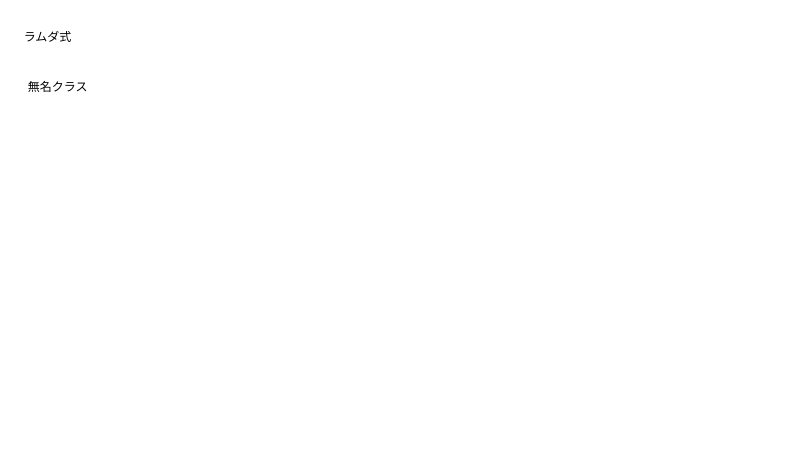
Earlier version of the draw.io diagram 11.24.dio (reinana/jpin11_24). Source tidied: cells renumbered, new cells numbered last; positions are measured from the earlier drawing's top-left corner, leaving out a move shared by most shapes. Both pictures are drawn from the tidied source at 100%, with x=0, y=0 at pixel (17, 27).
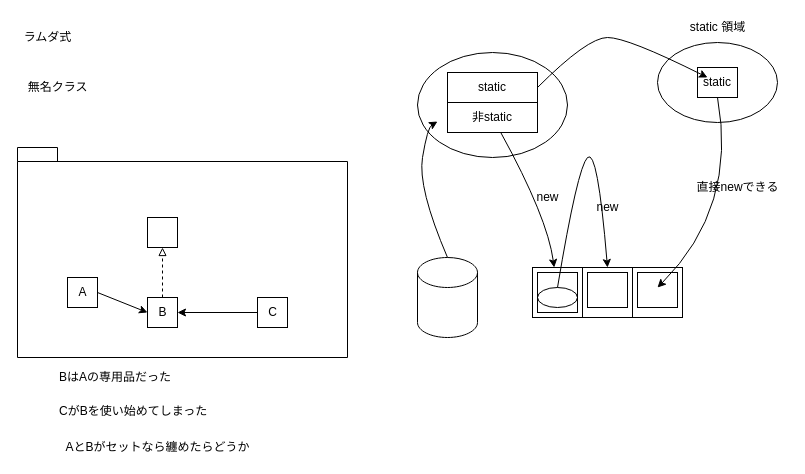
Above is the later version.

What changed in the source:
```diff
@@
+    <mxCell id="4" style="rounded=0;whiteSpace=wrap;html=1;fillColor=none;" parent="1" vertex="1">
+      <mxGeometry x="520" y="245" width="40" height="40" as="geometry" />
+    </mxCell>
+    <mxCell id="5" style="ellipse;whiteSpace=wrap;html=1;fillColor=none;" parent="1" vertex="1">
+      <mxGeometry x="400" y="25" width="150" height="105" as="geometry" />
+    </mxCell>
+    <mxCell id="6" style="ellipse;whiteSpace=wrap;html=1;fillColor=none;" parent="1" vertex="1">
+      <mxGeometry x="640" y="15" width="120" height="80" as="geometry" />
+    </mxCell>
@@
+    <mxCell id="7" style="shape=folder;fontStyle=1;spacingTop=10;tabWidth=40;tabHeight=14;tabPosition=left;html=1;fillColor=none;" parent="1" vertex="1">
+      <mxGeometry y="120" width="330" height="210" as="geometry" />
+    </mxCell>
+    <mxCell id="8" style="edgeStyle=none;html=1;dashed=1;endArrow=block;endFill=0;" parent="1" edge="1" source="9" target="12">
+      <mxGeometry relative="1" as="geometry" />
+    </mxCell>
+    <mxCell id="9" value="B" style="html=1;fillColor=none;" parent="1" vertex="1">
+      <mxGeometry x="130" y="270" width="30" height="30" as="geometry" />
+    </mxCell>
+    <mxCell id="10" style="edgeStyle=none;html=1;exitX=1;exitY=0.5;exitDx=0;exitDy=0;entryX=0;entryY=0.5;entryDx=0;entryDy=0;endArrow=classic;endFill=1;" parent="1" edge="1" source="11" target="9">
+      <mxGeometry relative="1" as="geometry" />
+    </mxCell>
+    <mxCell id="11" value="A" style="html=1;fillColor=none;" parent="1" vertex="1">
+      <mxGeometry x="50" y="250" width="30" height="30" as="geometry" />
+    </mxCell>
+    <mxCell id="12" style="html=1;fillColor=none;" parent="1" vertex="1">
+      <mxGeometry x="130" y="190" width="30" height="30" as="geometry" />
+    </mxCell>
+    <mxCell id="13" value="BはAの専用品だった" style="text;html=1;align=left;verticalAlign=middle;strokeColor=none;" parent="1" vertex="1">
+      <mxGeometry x="40" y="340" width="130" height="20" as="geometry" />
+    </mxCell>
+    <mxCell id="14" style="edgeStyle=none;html=1;endArrow=classic;endFill=1;" parent="1" edge="1" source="15" target="9">
+      <mxGeometry relative="1" as="geometry" />
+    </mxCell>
+    <mxCell id="15" value="C" style="html=1;fillColor=none;" parent="1" vertex="1">
+      <mxGeometry x="240" y="270" width="30" height="30" as="geometry" />
+    </mxCell>
+    <mxCell id="16" value="CがBを使い始めてしまった" style="text;html=1;align=left;verticalAlign=middle;strokeColor=none;" parent="1" vertex="1">
+      <mxGeometry x="40" y="374" width="160" height="20" as="geometry" />
+    </mxCell>
+    <mxCell id="17" value="AとBがセットなら纏めたらどうか" style="text;html=1;align=center;verticalAlign=middle;strokeColor=none;" parent="1" vertex="1">
+      <mxGeometry x="40" y="410" width="200" height="20" as="geometry" />
+    </mxCell>
+    <mxCell id="18" style="shape=cylinder3;whiteSpace=wrap;html=1;boundedLbl=1;backgroundOutline=1;size=15;fillColor=none;" parent="1" vertex="1">
+      <mxGeometry x="400" y="230" width="60" height="80" as="geometry" />
+    </mxCell>
+    <mxCell id="19" style="curved=1;endArrow=classic;html=1;exitX=0.5;exitY=0;exitDx=0;exitDy=0;exitPerimeter=0;" parent="1" edge="1" source="18">
+      <mxGeometry relative="1" as="geometry">
+        <mxPoint x="420" y="94" as="targetPoint" />
+        <Array as="points">
+          <mxPoint x="400" y="160" />
+          <mxPoint x="410" y="100" />
+        </Array>
+      </mxGeometry>
+    </mxCell>
+    <mxCell id="20" value="static" style="rounded=0;whiteSpace=wrap;html=1;fillColor=none;" parent="1" vertex="1">
+      <mxGeometry x="430" y="45" width="90" height="30" as="geometry" />
+    </mxCell>
+    <mxCell id="21" value="非static" style="rounded=0;whiteSpace=wrap;html=1;fillColor=none;" parent="1" vertex="1">
+      <mxGeometry x="430" y="75" width="90" height="30" as="geometry" />
+    </mxCell>
+    <mxCell id="22" value="static" style="rounded=0;whiteSpace=wrap;html=1;fillColor=none;" parent="1" vertex="1">
+      <mxGeometry x="680" y="40" width="40" height="30" as="geometry" />
+    </mxCell>
+    <mxCell id="23" value="static 領域" style="text;html=1;align=center;verticalAlign=middle;strokeColor=none;" parent="1" vertex="1">
+      <mxGeometry x="665" y="-10" width="70" height="20" as="geometry" />
+    </mxCell>
+    <mxCell id="24" style="curved=1;endArrow=classic;html=1;" parent="1" edge="1">
+      <mxGeometry relative="1" as="geometry">
+        <mxPoint x="520" y="60" as="sourcePoint" />
+        <mxPoint x="690" y="50" as="targetPoint" />
+        <Array as="points">
+          <mxPoint x="570" y="10" />
+          <mxPoint x="610" y="10" />
+        </Array>
+      </mxGeometry>
+    </mxCell>
+    <mxCell id="25" style="whiteSpace=wrap;html=1;fillColor=none;" parent="1" vertex="1">
+      <mxGeometry x="515" y="240" width="50" height="50" as="geometry" />
+    </mxCell>
+    <mxCell id="26" style="whiteSpace=wrap;html=1;fillColor=none;" parent="1" vertex="1">
+      <mxGeometry x="565" y="240" width="50" height="50" as="geometry" />
+    </mxCell>
+    <mxCell id="27" style="whiteSpace=wrap;html=1;fillColor=none;" parent="1" vertex="1">
+      <mxGeometry x="615" y="240" width="50" height="50" as="geometry" />
+    </mxCell>
+    <mxCell id="28" style="curved=1;endArrow=classic;html=1;" parent="1" edge="1" source="21" target="25">
+      <mxGeometry relative="1" as="geometry">
+        <Array as="points">
+          <mxPoint x="530" y="190" />
+        </Array>
+      </mxGeometry>
+    </mxCell>
+    <mxCell id="29" value="new" style="text;html=1;align=center;verticalAlign=middle;strokeColor=none;" parent="1" vertex="1">
+      <mxGeometry x="510" y="160" width="40" height="20" as="geometry" />
+    </mxCell>
+    <mxCell id="30" style="curved=1;endArrow=classic;html=1;entryX=0.5;entryY=0;entryDx=0;entryDy=0;exitX=0.5;exitY=0;exitDx=0;exitDy=0;" parent="1" edge="1" source="32" target="26">
+      <mxGeometry relative="1" as="geometry">
+        <Array as="points">
+          <mxPoint x="560" y="140" />
+          <mxPoint x="580" y="120" />
+        </Array>
+      </mxGeometry>
+    </mxCell>
+    <mxCell id="31" value="new" style="text;html=1;align=center;verticalAlign=middle;strokeColor=none;" parent="1" vertex="1">
+      <mxGeometry x="570" y="170" width="40" height="20" as="geometry" />
+    </mxCell>
+    <mxCell id="32" style="ellipse;whiteSpace=wrap;html=1;fillColor=none;" parent="1" vertex="1">
+      <mxGeometry x="520" y="260" width="40" height="20" as="geometry" />
+    </mxCell>
+    <mxCell id="33" style="rounded=0;whiteSpace=wrap;html=1;fillColor=none;" parent="1" vertex="1">
+      <mxGeometry x="570" y="245" width="40" height="35" as="geometry" />
+    </mxCell>
+    <mxCell id="34" style="rounded=0;whiteSpace=wrap;html=1;fillColor=none;" parent="1" vertex="1">
+      <mxGeometry x="620" y="245" width="40" height="35" as="geometry" />
+    </mxCell>
+    <mxCell id="35" style="curved=1;endArrow=classic;html=1;exitX=0.5;exitY=1;exitDx=0;exitDy=0;" parent="1" edge="1" source="22">
+      <mxGeometry relative="1" as="geometry">
+        <mxPoint x="640" y="260" as="targetPoint" />
+        <Array as="points">
+          <mxPoint x="720" y="180" />
+        </Array>
+      </mxGeometry>
+    </mxCell>
+    <mxCell id="36" value="直接newできる" style="text;html=1;align=center;verticalAlign=middle;strokeColor=none;" parent="1" vertex="1">
+      <mxGeometry x="670" y="150" width="100" height="20" as="geometry" />
+    </mxCell>
```
